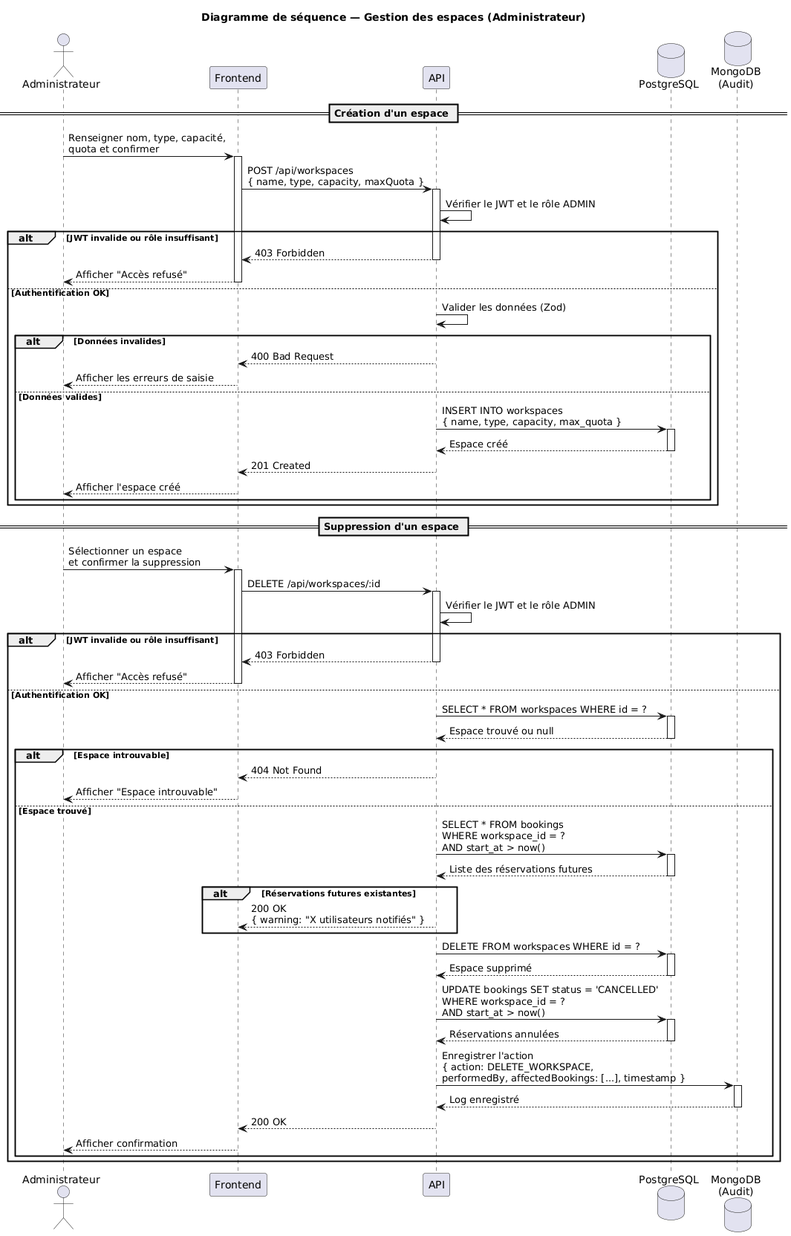
Earlier version of the PlantUML export diagrams/sequence diagram - gestion espaces admin.png (Vaalley/tempo).
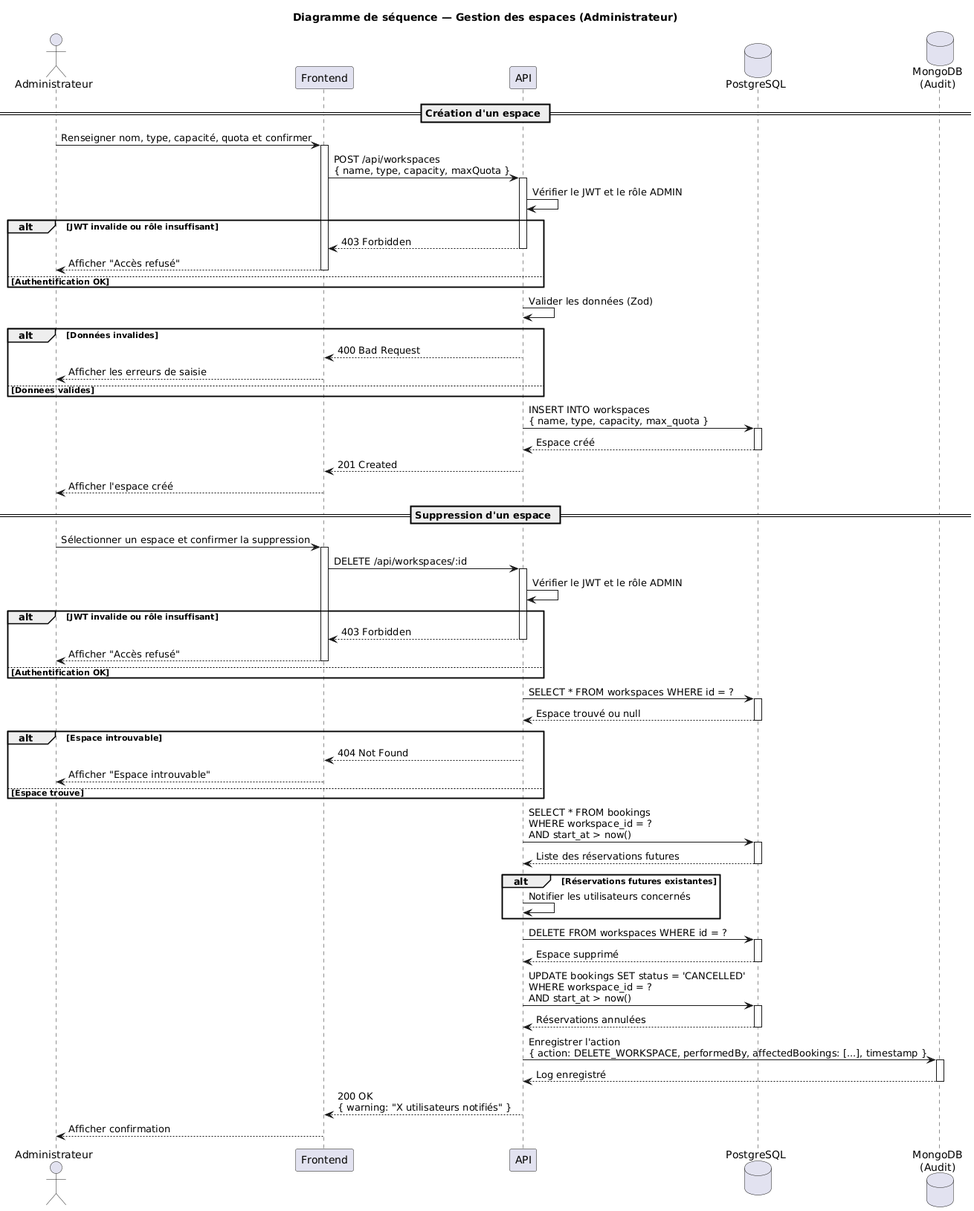
The same file after the commit.

Commit message:
docs: improve sequence diagram formatting and add explicit flow branches

The edit, as a diff of the source:
```diff
@@ -9,7 +9,7 @@
 
 == Création d'un espace ==
 
-Admin -> Frontend : Renseigner nom, type, capacité,\nquota et confirmer
+Admin -> Frontend : Renseigner nom, type, capacité, quota et confirmer
 activate Frontend
 
 Frontend -> API : POST /api/workspaces\n{ name, type, capacity, maxQuota }
@@ -23,29 +23,32 @@
     Frontend --> Admin : Afficher "Accès refusé"
     deactivate Frontend
 else Authentification OK
-    API -> API : Valider les données (Zod)
+end
 
-    alt Données invalides
-        API --> Frontend : 400 Bad Request
-        deactivate API
-        Frontend --> Admin : Afficher les erreurs de saisie
-        deactivate Frontend
-    else Données valides
-        API -> DB : INSERT INTO workspaces\n{ name, type, capacity, max_quota }
-        activate DB
-        DB --> API : Espace créé
-        deactivate DB
+API -> API : Valider les données (Zod)
 
-        API --> Frontend : 201 Created
-        deactivate API
-        Frontend --> Admin : Afficher l'espace créé
-        deactivate Frontend
-    end
+alt Données invalides
+    API --> Frontend : 400 Bad Request
+    deactivate API
+    Frontend --> Admin : Afficher les erreurs de saisie
+    deactivate Frontend
+else Donnees valides
 end
+
+API -> DB : INSERT INTO workspaces\n{ name, type, capacity, max_quota }
+activate DB
+DB --> API : Espace créé
+deactivate DB
+
+API --> Frontend : 201 Created
+deactivate API
+
+Frontend --> Admin : Afficher l'espace créé
+deactivate Frontend
 
 == Suppression d'un espace ==
 
-Admin -> Frontend : Sélectionner un espace\net confirmer la suppression
+Admin -> Frontend : Sélectionner un espace et confirmer la suppression
 activate Frontend
 
 Frontend -> API : DELETE /api/workspaces/:id
@@ -59,45 +62,48 @@
     Frontend --> Admin : Afficher "Accès refusé"
     deactivate Frontend
 else Authentification OK
-    API -> DB : SELECT * FROM workspaces WHERE id = ?
-    activate DB
-    DB --> API : Espace trouvé ou null
-    deactivate DB
+end
 
-    alt Espace introuvable
-        API --> Frontend : 404 Not Found
-        deactivate API
-        Frontend --> Admin : Afficher "Espace introuvable"
-        deactivate Frontend
-    else Espace trouvé
-        API -> DB : SELECT * FROM bookings\nWHERE workspace_id = ?\nAND start_at > now()
-        activate DB
-        DB --> API : Liste des réservations futures
-        deactivate DB
+API -> DB : SELECT * FROM workspaces WHERE id = ?
+activate DB
+DB --> API : Espace trouvé ou null
+deactivate DB
 
-        alt Réservations futures existantes
-            API --> Frontend : 200 OK\n{ warning: "X utilisateurs notifiés" }
-        end
+alt Espace introuvable
+    API --> Frontend : 404 Not Found
+    deactivate API
+    Frontend --> Admin : Afficher "Espace introuvable"
+    deactivate Frontend
+else Espace trouve
+end
 
-        API -> DB : DELETE FROM workspaces WHERE id = ?
-        activate DB
-        DB --> API : Espace supprimé
-        deactivate DB
+API -> DB : SELECT * FROM bookings\nWHERE workspace_id = ?\nAND start_at > now()
+activate DB
+DB --> API : Liste des réservations futures
+deactivate DB
 
-        API -> DB : UPDATE bookings SET status = 'CANCELLED'\nWHERE workspace_id = ?\nAND start_at > now()
-        activate DB
-        DB --> API : Réservations annulées
-        deactivate DB
+alt Réservations futures existantes
+    API -> API : Notifier les utilisateurs concernés
+end
 
-        API -> Mongo : Enregistrer l'action\n{ action: DELETE_WORKSPACE,\nperformedBy, affectedBookings: [...], timestamp }
-        activate Mongo
-        Mongo --> API : Log enregistré
-        deactivate Mongo
+API -> DB : DELETE FROM workspaces WHERE id = ?
+activate DB
+DB --> API : Espace supprimé
+deactivate DB
 
-        API --> Frontend : 200 OK
-        deactivate API
-        Frontend --> Admin : Afficher confirmation
-        deactivate Frontend
-    end
-end
+API -> DB : UPDATE bookings SET status = 'CANCELLED'\nWHERE workspace_id = ?\nAND start_at > now()
+activate DB
+DB --> API : Réservations annulées
+deactivate DB
+
+API -> Mongo : Enregistrer l'action\n{ action: DELETE_WORKSPACE, performedBy, affectedBookings: [...], timestamp }
+activate Mongo
+Mongo --> API : Log enregistré
+deactivate Mongo
+
+API --> Frontend : 200 OK\n{ warning: "X utilisateurs notifiés" }
+deactivate API
+
+Frontend --> Admin : Afficher confirmation
+deactivate Frontend
 @enduml
```
